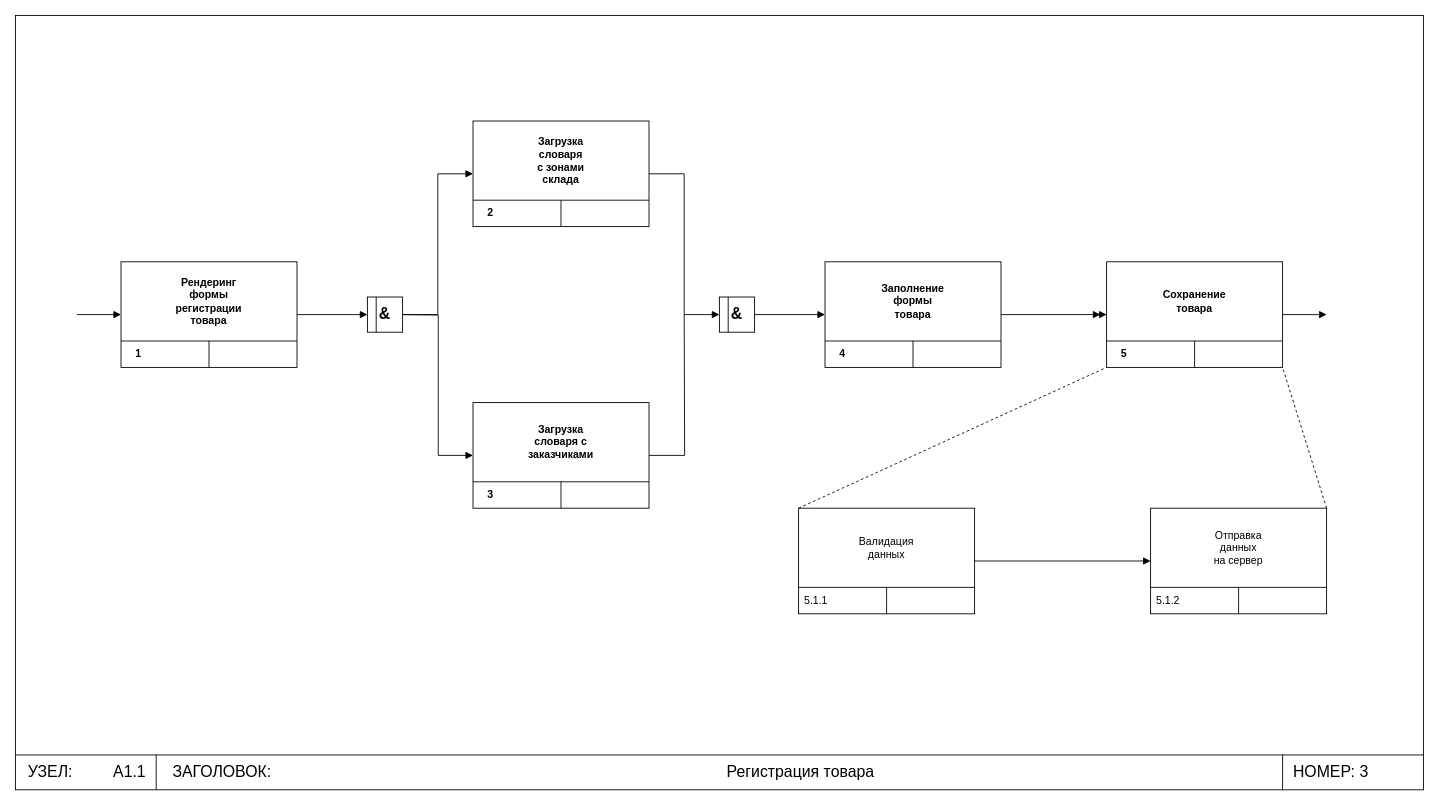
Above: page "A1.1" (1 of 4) of Labs/Lab3/IDEF3.drawio in VladDemyanovNew/ISD_7sem (draw.io), before the change. Source tidied: cells renumbered, new cells numbered last; positions are measured from the earlier drawing's top-left corner, leaving out a move shared by most shapes. Both pictures are drawn from the tidied source at 88%, with x=0, y=0 at pixel (15, 15).
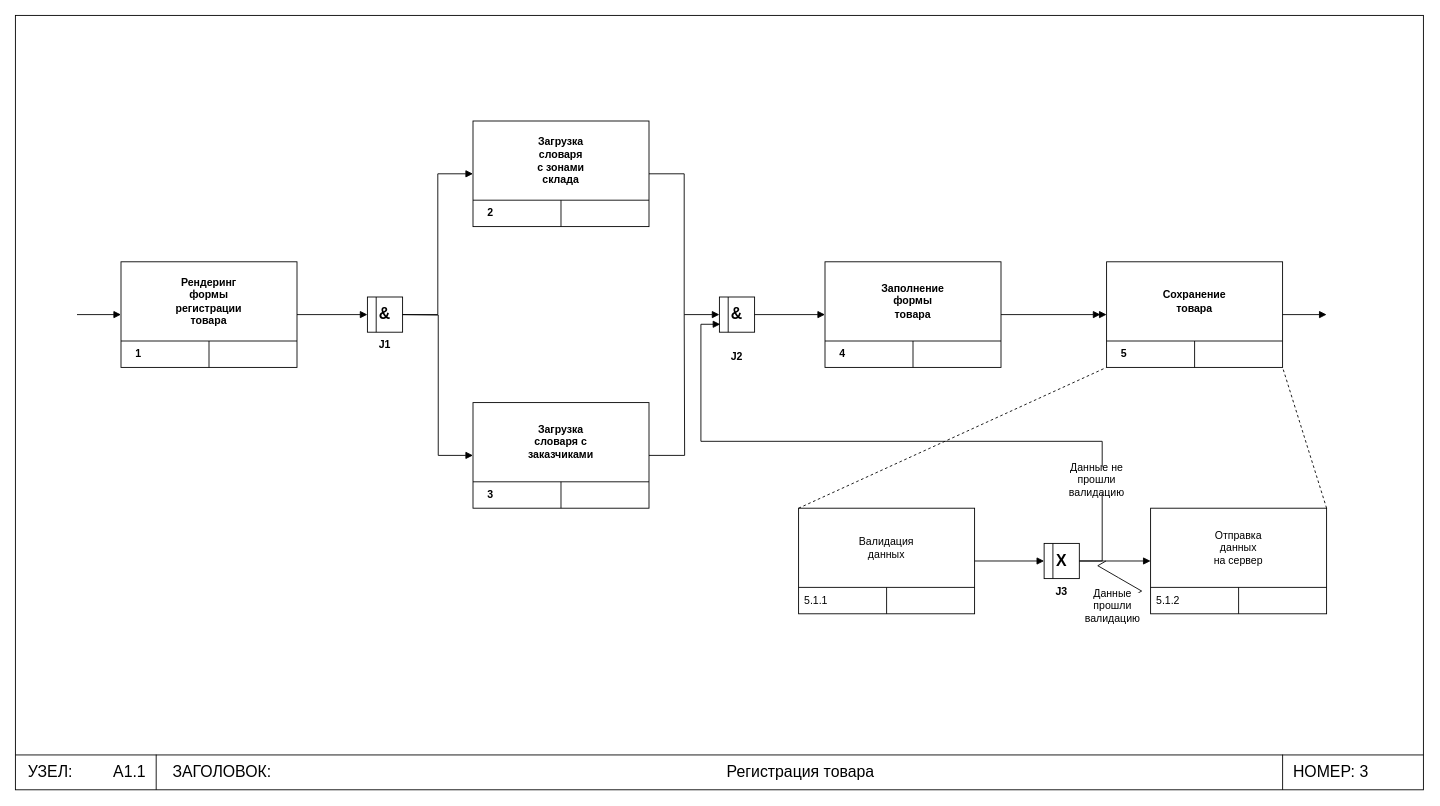
After the change.

The change refers to these unchanged cells:
```xml
<mxCell id="43" style="rounded=0;whiteSpace=wrap;html=1;" parent="1" vertex="1">
  <mxGeometry x="890" y="560" width="200" height="120" as="geometry" />
</mxCell>
<mxCell id="48" style="rounded=0;whiteSpace=wrap;html=1;" parent="1" vertex="1">
  <mxGeometry x="1290" y="560" width="200" height="120" as="geometry" />
</mxCell>
```

Diff of the diagram source:
```diff
@@
-    <mxCell id="55" style="endArrow=block;html=1;rounded=0;fontSize=18;endFill=1;entryX=0;entryY=0.5;entryDx=0;entryDy=0;exitX=1;exitY=0.5;exitDx=0;exitDy=0;" parent="1" edge="1" source="43" target="48">
-      <mxGeometry relative="1" as="geometry" />
-    </mxCell>
@@
+    <mxCell id="64" value="J1" style="text;html=1;strokeColor=none;fillColor=none;align=center;verticalAlign=middle;whiteSpace=wrap;rounded=0;fontStyle=1;" parent="1" vertex="1">
+      <mxGeometry x="390" y="360" width="60" height="30" as="geometry" />
+    </mxCell>
+    <mxCell id="65" style="rounded=0;whiteSpace=wrap;html=1;" parent="1" vertex="1">
+      <mxGeometry x="1169" y="600" width="40" height="40" as="geometry" />
+    </mxCell>
+    <mxCell id="66" style="endArrow=none;html=1;rounded=0;entryX=0.25;entryY=0;entryDx=0;entryDy=0;exitX=0.25;exitY=1;exitDx=0;exitDy=0;" parent="1" edge="1" source="65" target="65">
+      <mxGeometry relative="1" as="geometry" />
+    </mxCell>
+    <mxCell id="67" value="&lt;span style=&quot;font-size: 18px;&quot;&gt;&lt;b&gt;X&lt;/b&gt;&lt;/span&gt;" style="text;html=1;strokeColor=none;fillColor=none;align=center;verticalAlign=middle;whiteSpace=wrap;rounded=0;" parent="1" vertex="1">
+      <mxGeometry x="1169" y="607.5" width="40" height="25" as="geometry" />
+    </mxCell>
+    <mxCell id="68" value="J3" style="text;html=1;strokeColor=none;fillColor=none;align=center;verticalAlign=middle;whiteSpace=wrap;rounded=0;fontStyle=1;" parent="1" vertex="1">
+      <mxGeometry x="1159" y="640" width="60" height="30" as="geometry" />
+    </mxCell>
+    <mxCell id="69" style="endArrow=block;html=1;rounded=0;fontSize=18;endFill=1;exitX=1;exitY=0.5;exitDx=0;exitDy=0;entryX=0;entryY=0.5;entryDx=0;entryDy=0;" parent="1" edge="1" source="67" target="48">
+      <mxGeometry relative="1" as="geometry" />
+    </mxCell>
+    <mxCell id="70" style="endArrow=block;html=1;rounded=0;fontSize=18;endFill=1;exitX=1;exitY=0.5;exitDx=0;exitDy=0;entryX=0;entryY=0.5;entryDx=0;entryDy=0;" parent="1" edge="1" source="43" target="67">
+      <mxGeometry relative="1" as="geometry" />
+    </mxCell>
+    <mxCell id="71" style="endArrow=block;html=1;rounded=0;fontSize=18;endFill=1;exitX=1;exitY=0.5;exitDx=0;exitDy=0;edgeStyle=orthogonalEdgeStyle;" parent="1" edge="1" source="67">
+      <mxGeometry relative="1" as="geometry">
+        <mxPoint x="801" y="351" as="targetPoint" />
+        <Array as="points">
+          <mxPoint x="1235" y="620" />
+          <mxPoint x="1235" y="484" />
+          <mxPoint x="779" y="484" />
+          <mxPoint x="779" y="351" />
+          <mxPoint x="800" y="351" />
+        </Array>
+      </mxGeometry>
+    </mxCell>
+    <mxCell id="72" value="J2" style="text;html=1;strokeColor=none;fillColor=default;align=center;verticalAlign=middle;whiteSpace=wrap;rounded=0;fontStyle=1;" parent="1" vertex="1">
+      <mxGeometry x="790" y="373" width="60" height="30" as="geometry" />
+    </mxCell>
+    <mxCell id="73" style="edgeStyle=isometricEdgeStyle;endArrow=none;html=1;rounded=0;" parent="1" edge="1">
+      <mxGeometry relative="1" as="geometry">
+        <mxPoint x="1250.6" y="671" as="sourcePoint" />
+        <mxPoint x="1239.3" y="620" as="targetPoint" />
+        <Array as="points">
+          <mxPoint x="1253.6" y="639" />
+        </Array>
+      </mxGeometry>
+    </mxCell>
+    <mxCell id="74" value="Данные прошли валидацию" style="text;html=1;align=center;verticalAlign=middle;whiteSpace=wrap;rounded=0;fillColor=default;" parent="1" vertex="1">
+      <mxGeometry x="1217" y="656" width="60" height="30" as="geometry" />
+    </mxCell>
+    <mxCell id="75" value="Данные не прошли валидацию" style="text;html=1;align=center;verticalAlign=middle;whiteSpace=wrap;rounded=0;fillColor=default;" parent="1" vertex="1">
+      <mxGeometry x="1199" y="513" width="60" height="30" as="geometry" />
+    </mxCell>
```
